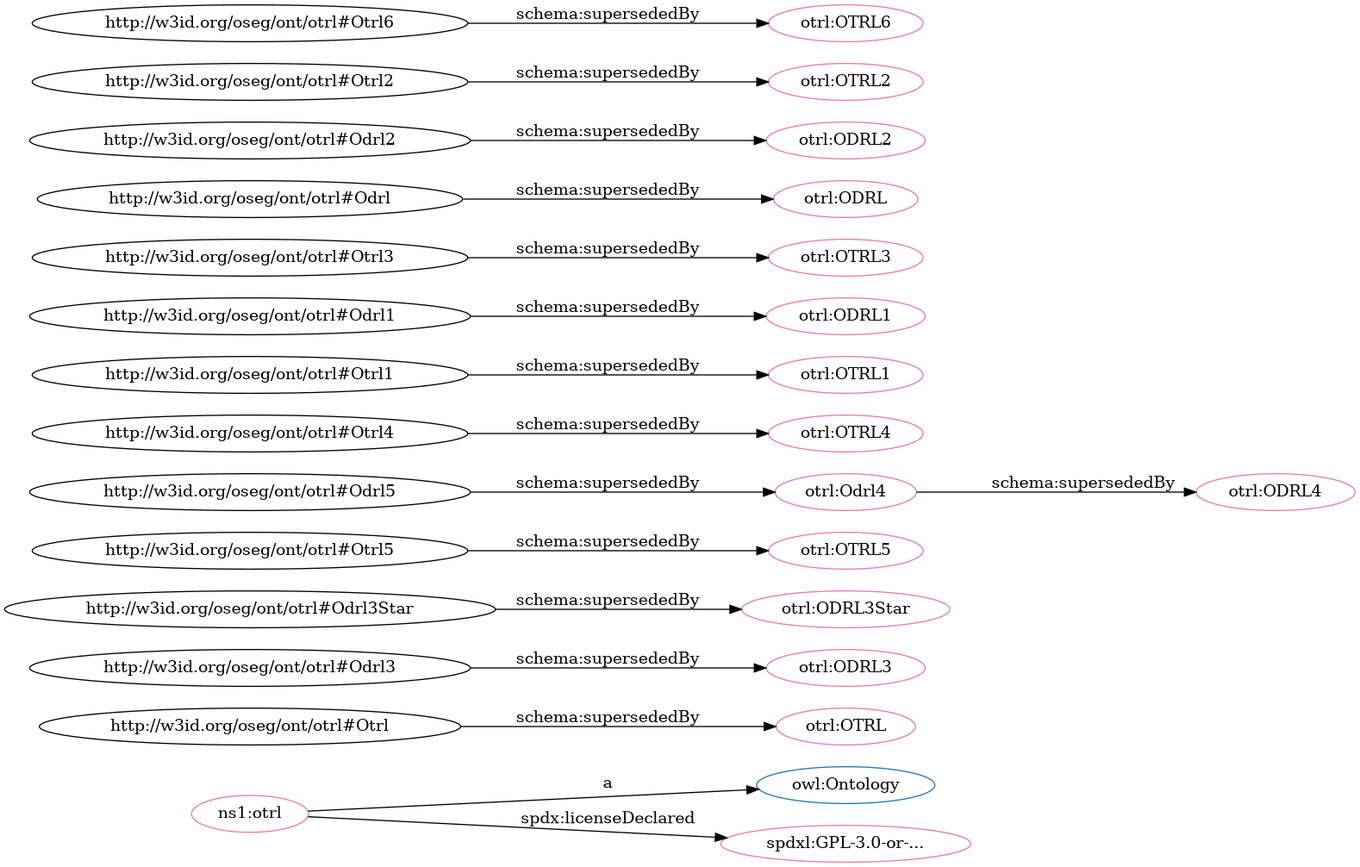
iop-alliance/OpenKnowHow keeps this Graphviz diagram as src/spec/dot_otrl_deprecated.png. Above is the earlier version. Its source is kept beside it as src/spec/dot_otrl_deprecated.dot.
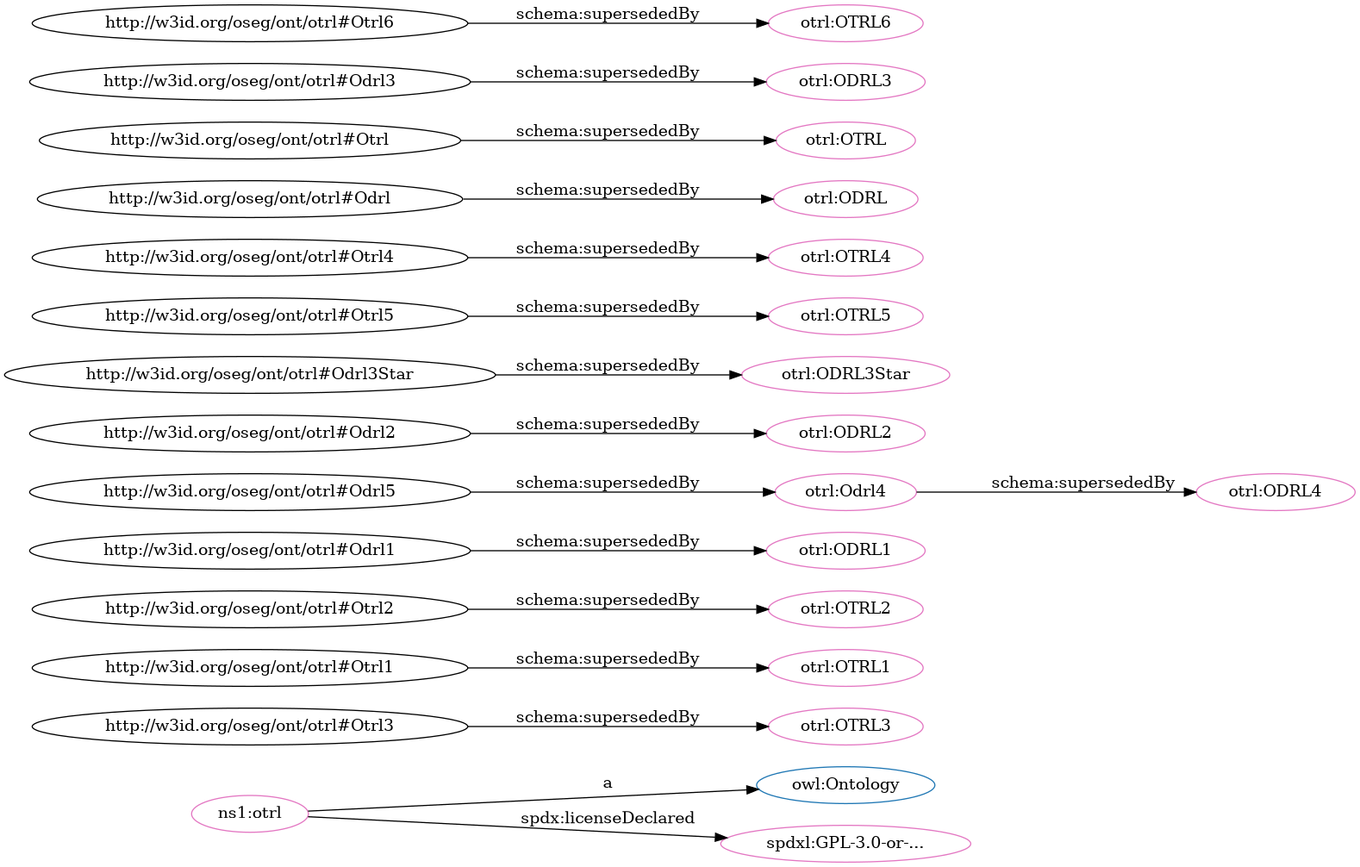
The same diagram one commit later.

What changed in the source:
```diff
@@ -2,36 +2,36 @@
   rankdir=BT
   node[height=.3]
 "http://www.w3.org/2002/07/owl#Ontology" [fillcolor="#1f77b4" color="#1f77b4" label="owl:Ontology"]
-"http://w3id.org/oseg/ont/otrl#OTRL" [fillcolor="#e377c2" color="#e377c2" label="otrl:OTRL"]
 "http://spdx.org/licenses/GPL-3.0-or-later" [fillcolor="#e377c2" color="#e377c2" label="spdxl:GPL-3.0-or-..."]
-"http://w3id.org/oseg/ont/otrl#ODRL3" [fillcolor="#e377c2" color="#e377c2" label="otrl:ODRL3"]
+"http://w3id.org/oseg/ont/otrl#OTRL3" [fillcolor="#e377c2" color="#e377c2" label="otrl:OTRL3"]
+"http://w3id.org/oseg/ont/otrl#OTRL1" [fillcolor="#e377c2" color="#e377c2" label="otrl:OTRL1"]
+"http://w3id.org/oseg/ont/otrl#OTRL2" [fillcolor="#e377c2" color="#e377c2" label="otrl:OTRL2"]
+"http://w3id.org/oseg/ont/otrl#ODRL1" [fillcolor="#e377c2" color="#e377c2" label="otrl:ODRL1"]
+"http://w3id.org/oseg/ont/otrl#ODRL4" [fillcolor="#e377c2" color="#e377c2" label="otrl:ODRL4"]
+"http://w3id.org/oseg/ont/otrl" [fillcolor="#e377c2" color="#e377c2" label="ns1:otrl"]
+"http://w3id.org/oseg/ont/otrl#ODRL2" [fillcolor="#e377c2" color="#e377c2" label="otrl:ODRL2"]
 "http://w3id.org/oseg/ont/otrl#ODRL3Star" [fillcolor="#e377c2" color="#e377c2" label="otrl:ODRL3Star"]
 "http://w3id.org/oseg/ont/otrl#OTRL5" [fillcolor="#e377c2" color="#e377c2" label="otrl:OTRL5"]
+"http://w3id.org/oseg/ont/otrl#OTRL4" [fillcolor="#e377c2" color="#e377c2" label="otrl:OTRL4"]
+"http://w3id.org/oseg/ont/otrl#ODRL" [fillcolor="#e377c2" color="#e377c2" label="otrl:ODRL"]
 "http://w3id.org/oseg/ont/otrl#Odrl4" [fillcolor="#e377c2" color="#e377c2" label="otrl:Odrl4"]
-"http://w3id.org/oseg/ont/otrl" [fillcolor="#e377c2" color="#e377c2" label="ns1:otrl"]
-"http://w3id.org/oseg/ont/otrl#ODRL4" [fillcolor="#e377c2" color="#e377c2" label="otrl:ODRL4"]
-"http://w3id.org/oseg/ont/otrl#OTRL4" [fillcolor="#e377c2" color="#e377c2" label="otrl:OTRL4"]
-"http://w3id.org/oseg/ont/otrl#OTRL1" [fillcolor="#e377c2" color="#e377c2" label="otrl:OTRL1"]
-"http://w3id.org/oseg/ont/otrl#ODRL1" [fillcolor="#e377c2" color="#e377c2" label="otrl:ODRL1"]
-"http://w3id.org/oseg/ont/otrl#OTRL3" [fillcolor="#e377c2" color="#e377c2" label="otrl:OTRL3"]
-"http://w3id.org/oseg/ont/otrl#ODRL" [fillcolor="#e377c2" color="#e377c2" label="otrl:ODRL"]
-"http://w3id.org/oseg/ont/otrl#ODRL2" [fillcolor="#e377c2" color="#e377c2" label="otrl:ODRL2"]
-"http://w3id.org/oseg/ont/otrl#OTRL2" [fillcolor="#e377c2" color="#e377c2" label="otrl:OTRL2"]
+"http://w3id.org/oseg/ont/otrl#OTRL" [fillcolor="#e377c2" color="#e377c2" label="otrl:OTRL"]
+"http://w3id.org/oseg/ont/otrl#ODRL3" [fillcolor="#e377c2" color="#e377c2" label="otrl:ODRL3"]
 "http://w3id.org/oseg/ont/otrl#OTRL6" [fillcolor="#e377c2" color="#e377c2" label="otrl:OTRL6"]
-  "http://w3id.org/oseg/ont/otrl#Otrl" -> "http://w3id.org/oseg/ont/otrl#OTRL" [label="schema:supersededBy"]
   "http://w3id.org/oseg/ont/otrl" -> "http://spdx.org/licenses/GPL-3.0-or-later" [label="spdx:licenseDeclared"]
-  "http://w3id.org/oseg/ont/otrl#Odrl3" -> "http://w3id.org/oseg/ont/otrl#ODRL3" [label="schema:supersededBy"]
+  "http://w3id.org/oseg/ont/otrl#Otrl3" -> "http://w3id.org/oseg/ont/otrl#OTRL3" [label="schema:supersededBy"]
+  "http://w3id.org/oseg/ont/otrl#Otrl1" -> "http://w3id.org/oseg/ont/otrl#OTRL1" [label="schema:supersededBy"]
+  "http://w3id.org/oseg/ont/otrl#Otrl2" -> "http://w3id.org/oseg/ont/otrl#OTRL2" [label="schema:supersededBy"]
+  "http://w3id.org/oseg/ont/otrl#Odrl1" -> "http://w3id.org/oseg/ont/otrl#ODRL1" [label="schema:supersededBy"]
+  "http://w3id.org/oseg/ont/otrl#Odrl4" -> "http://w3id.org/oseg/ont/otrl#ODRL4" [label="schema:supersededBy"]
+  "http://w3id.org/oseg/ont/otrl" -> "http://www.w3.org/2002/07/owl#Ontology" [label="a"]
+  "http://w3id.org/oseg/ont/otrl#Odrl2" -> "http://w3id.org/oseg/ont/otrl#ODRL2" [label="schema:supersededBy"]
   "http://w3id.org/oseg/ont/otrl#Odrl3Star" -> "http://w3id.org/oseg/ont/otrl#ODRL3Star" [label="schema:supersededBy"]
   "http://w3id.org/oseg/ont/otrl#Otrl5" -> "http://w3id.org/oseg/ont/otrl#OTRL5" [label="schema:supersededBy"]
+  "http://w3id.org/oseg/ont/otrl#Otrl4" -> "http://w3id.org/oseg/ont/otrl#OTRL4" [label="schema:supersededBy"]
+  "http://w3id.org/oseg/ont/otrl#Odrl" -> "http://w3id.org/oseg/ont/otrl#ODRL" [label="schema:supersededBy"]
   "http://w3id.org/oseg/ont/otrl#Odrl5" -> "http://w3id.org/oseg/ont/otrl#Odrl4" [label="schema:supersededBy"]
-  "http://w3id.org/oseg/ont/otrl" -> "http://www.w3.org/2002/07/owl#Ontology" [label="a"]
-  "http://w3id.org/oseg/ont/otrl#Odrl4" -> "http://w3id.org/oseg/ont/otrl#ODRL4" [label="schema:supersededBy"]
-  "http://w3id.org/oseg/ont/otrl#Otrl4" -> "http://w3id.org/oseg/ont/otrl#OTRL4" [label="schema:supersededBy"]
-  "http://w3id.org/oseg/ont/otrl#Otrl1" -> "http://w3id.org/oseg/ont/otrl#OTRL1" [label="schema:supersededBy"]
-  "http://w3id.org/oseg/ont/otrl#Odrl1" -> "http://w3id.org/oseg/ont/otrl#ODRL1" [label="schema:supersededBy"]
-  "http://w3id.org/oseg/ont/otrl#Otrl3" -> "http://w3id.org/oseg/ont/otrl#OTRL3" [label="schema:supersededBy"]
-  "http://w3id.org/oseg/ont/otrl#Odrl" -> "http://w3id.org/oseg/ont/otrl#ODRL" [label="schema:supersededBy"]
-  "http://w3id.org/oseg/ont/otrl#Odrl2" -> "http://w3id.org/oseg/ont/otrl#ODRL2" [label="schema:supersededBy"]
-  "http://w3id.org/oseg/ont/otrl#Otrl2" -> "http://w3id.org/oseg/ont/otrl#OTRL2" [label="schema:supersededBy"]
+  "http://w3id.org/oseg/ont/otrl#Otrl" -> "http://w3id.org/oseg/ont/otrl#OTRL" [label="schema:supersededBy"]
+  "http://w3id.org/oseg/ont/otrl#Odrl3" -> "http://w3id.org/oseg/ont/otrl#ODRL3" [label="schema:supersededBy"]
   "http://w3id.org/oseg/ont/otrl#Otrl6" -> "http://w3id.org/oseg/ont/otrl#OTRL6" [label="schema:supersededBy"]
 }
```
